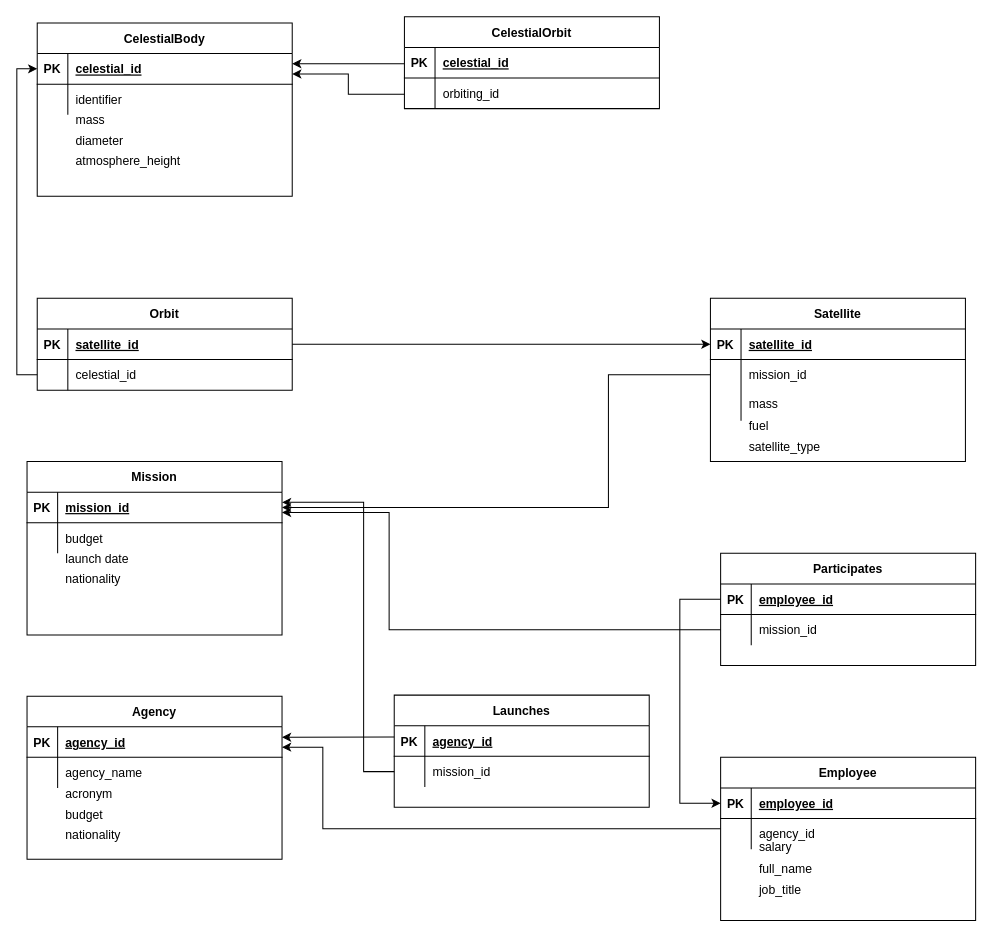
tacecapSx/satellite-database keeps this draw.io diagram as logical_design.drawio. Above is the earlier version. Source tidied: cells renumbered, new cells numbered last; positions are measured from the earlier drawing's top-left corner, leaving out a move shared by most shapes. Both pictures are drawn from the tidied source at 102%, with x=0, y=0 at pixel (16, 16).
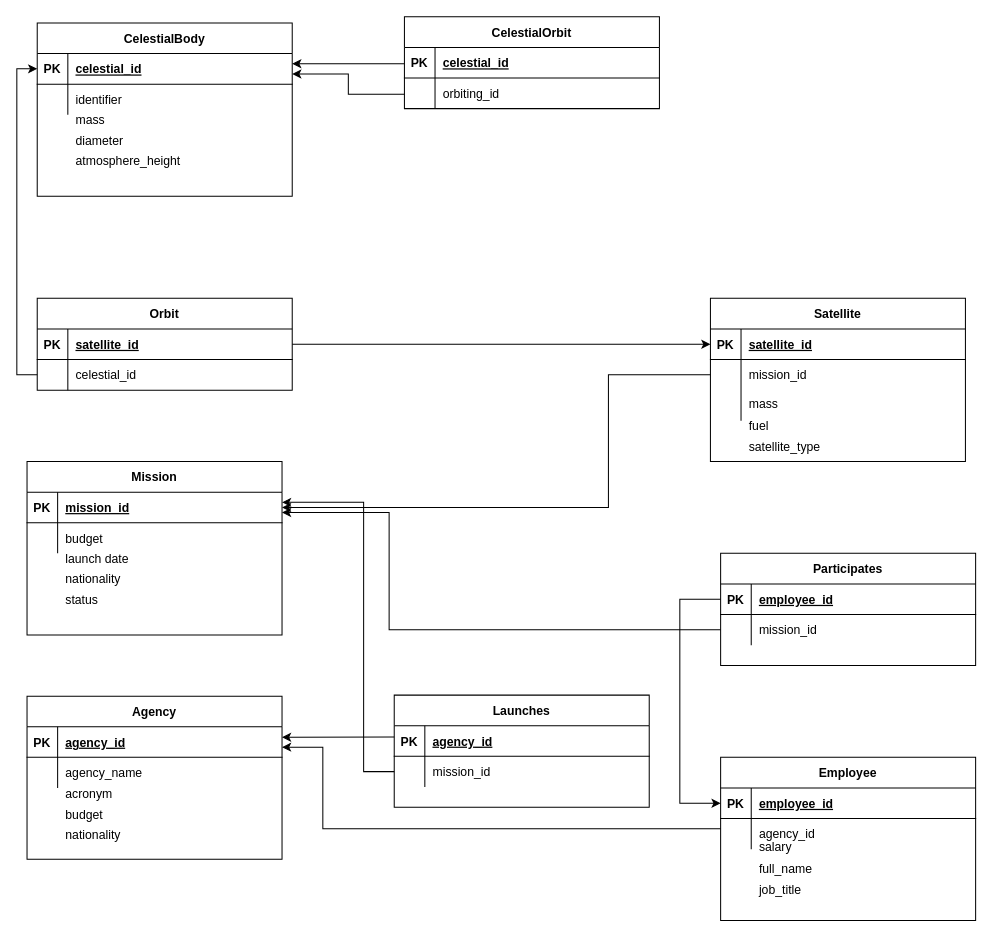
Above is the later version.

Commit message (it also covers changes not shown here):
added satellites, KCST and mission status

Unchanged cells that the change refers to:
```xml
<mxCell id="95" style="shape=partialRectangle;fillColor=none;top=0;left=0;right=0;bottom=0;" parent="1" vertex="1">
  <mxGeometry x="10" y="556" width="250" height="30" as="geometry" />
</mxCell>
```

What changed in the source:
```diff
@@
-    <mxCell id="97" style="shape=partialRectangle;overflow=hidden;fillColor=none;top=0;left=0;bottom=0;right=0;align=left;spacingLeft=6;" parent="95" vertex="1">
+    <mxCell id="97" value="status" style="shape=partialRectangle;overflow=hidden;fillColor=none;top=0;left=0;bottom=0;right=0;align=left;spacingLeft=6;" parent="95" vertex="1">
       <mxGeometry x="30" width="220" height="30" as="geometry" />
     </mxCell>
```
